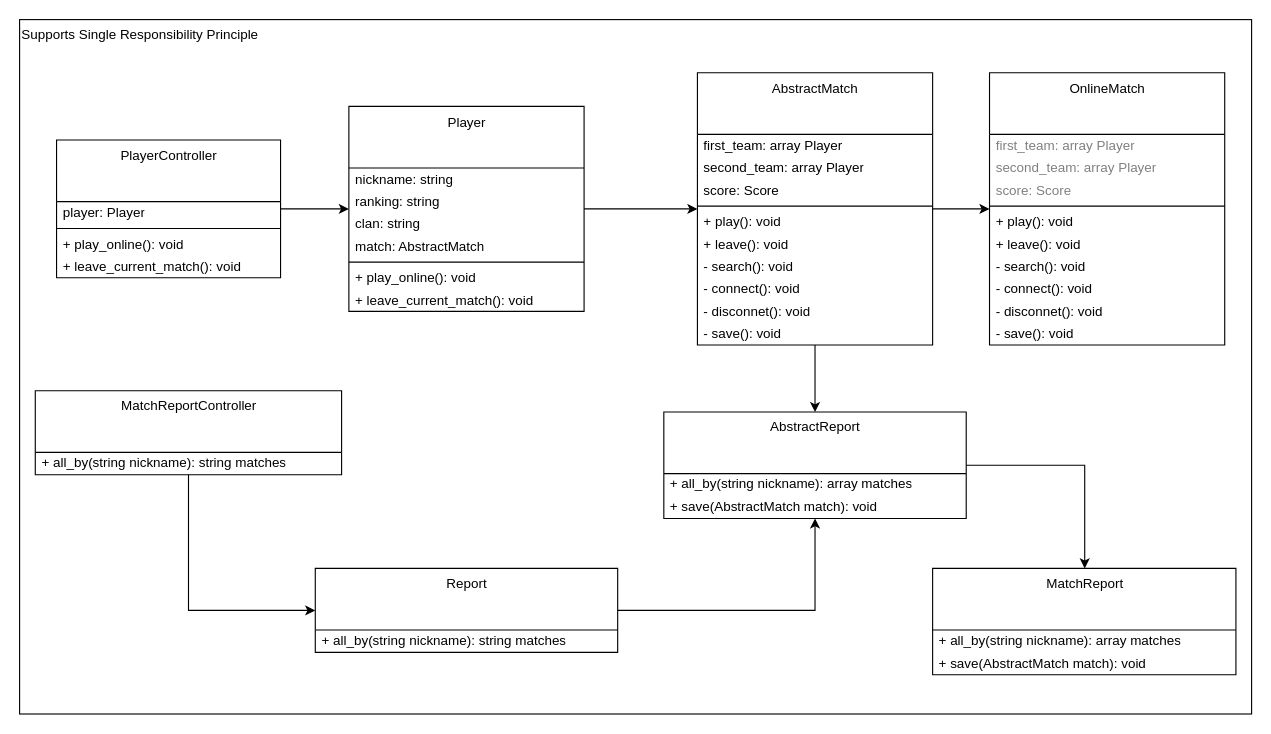
Before: page "DIP" (7 of 9) of images/clean-code-clean-classes/clean-classes.drawio in GabrielSlima/blog, a draw.io diagram. Source tidied: cells renumbered, new cells numbered last; positions are measured from the earlier drawing's top-left corner, leaving out a move shared by most shapes. Both pictures are drawn from the tidied source at 112%, with x=0, y=0 at pixel (19, 19).
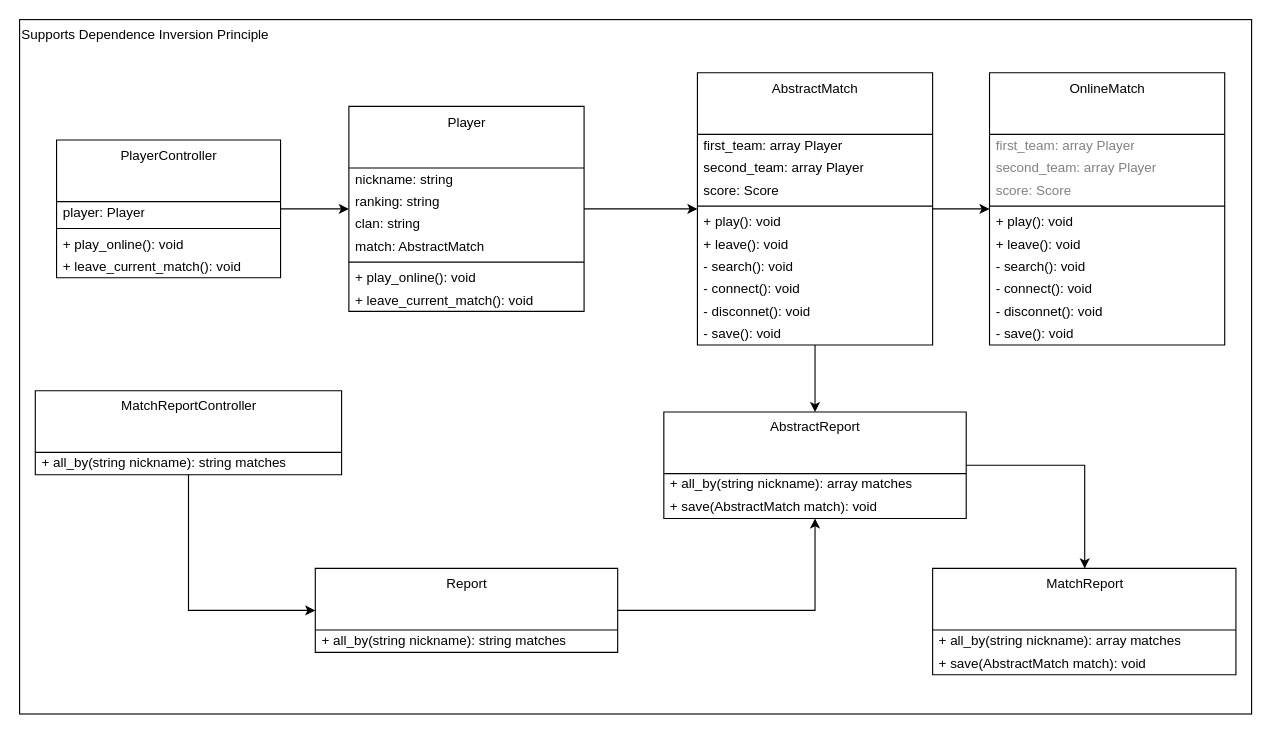
After the change.

What changed in the source:
```diff
@@
-    <mxCell id="2" value="Supports Single Responsibility Principle" style="rounded=0;whiteSpace=wrap;html=1;fillColor=none;align=left;verticalAlign=top;" parent="1" vertex="1">
+    <mxCell id="2" value="Supports Dependence Inversion Principle" style="rounded=0;whiteSpace=wrap;html=1;fillColor=none;align=left;verticalAlign=top;" parent="1" vertex="1">
       <mxGeometry width="1100" height="620" as="geometry" />
     </mxCell>
```
